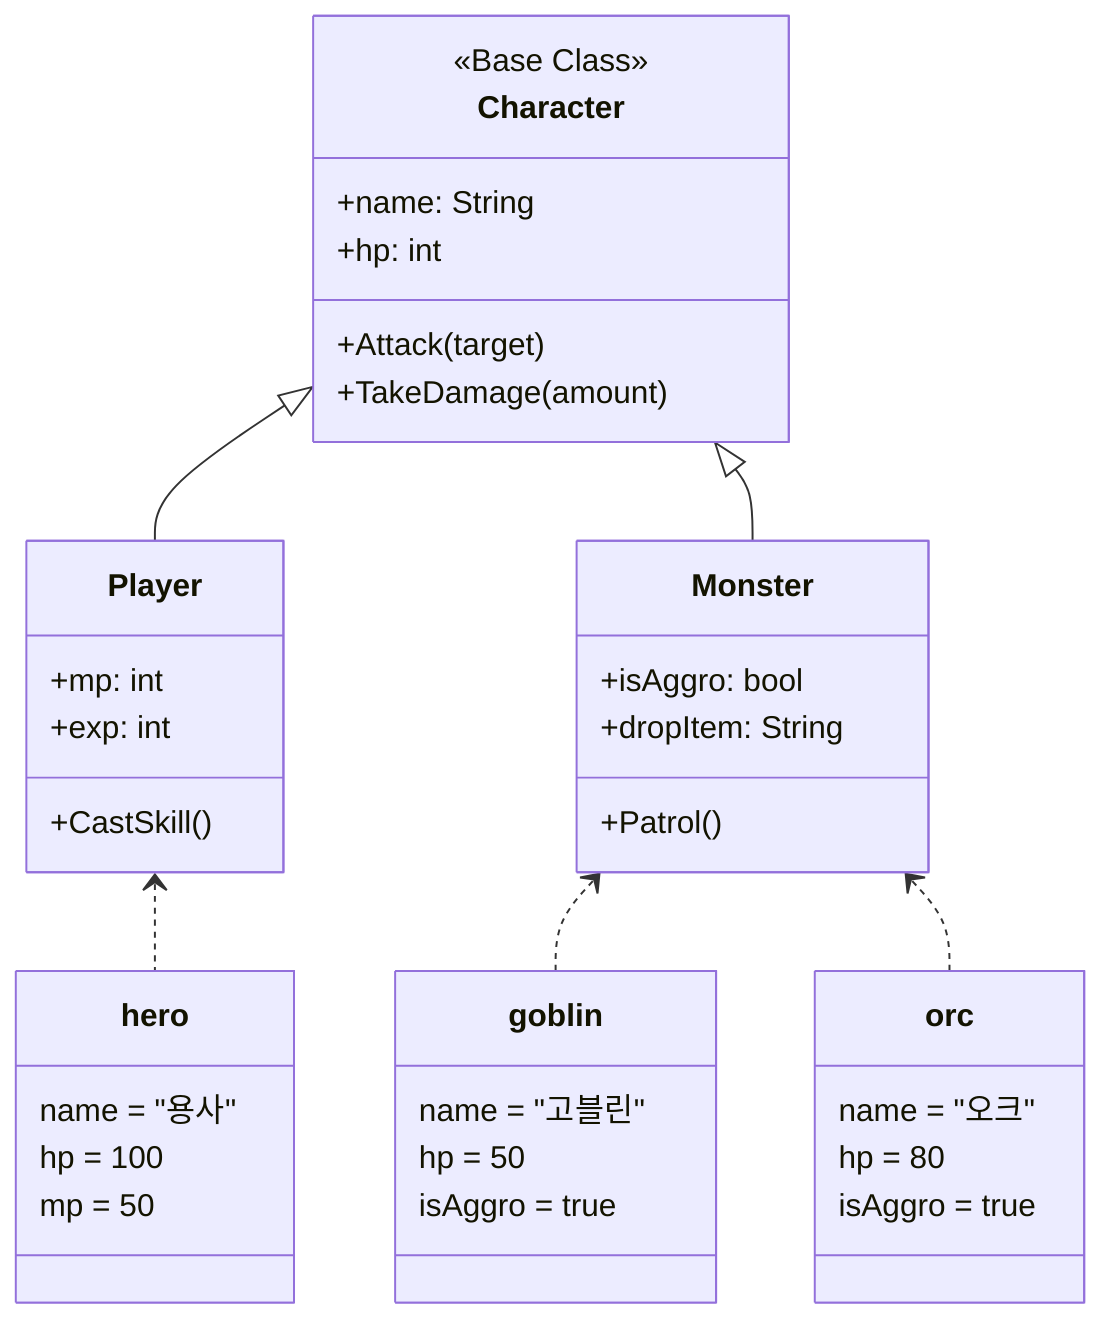
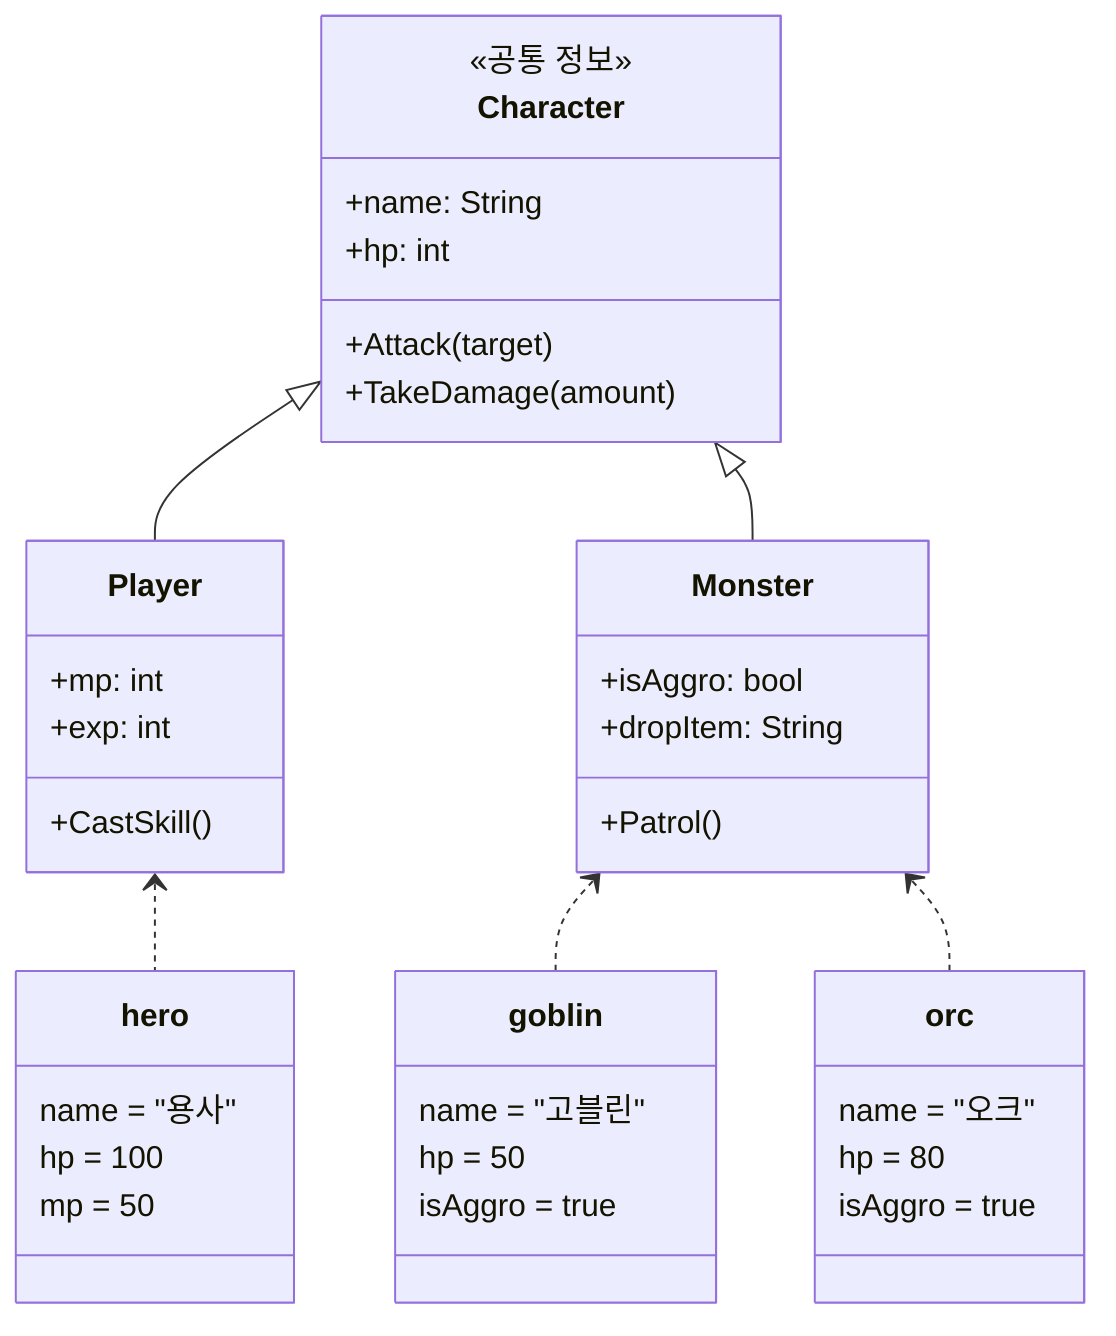
classDiagram
    class Character {
-         <<Base Class>>
+         <<공통 정보>>
        +name: String
        +hp: int
+         <<행동>>
        +Attack(target)
        +TakeDamage(amount)
    }
    class Player {
        +mp: int
        +exp: int
        +CastSkill()
    }
    class Monster {
        +isAggro: bool
        +dropItem: String
        +Patrol()
    }
    Character <|-- Player
    Character <|-- Monster

    class hero {
        name = "용사"
        hp = 100
        mp = 50
    }
    class goblin {
        name = "고블린"
        hp = 50
        isAggro = true
    }
    class orc {
        name = "오크"
        hp = 80
        isAggro = true
    }
    Player <.. hero
    Monster <.. goblin
    Monster <.. orc
